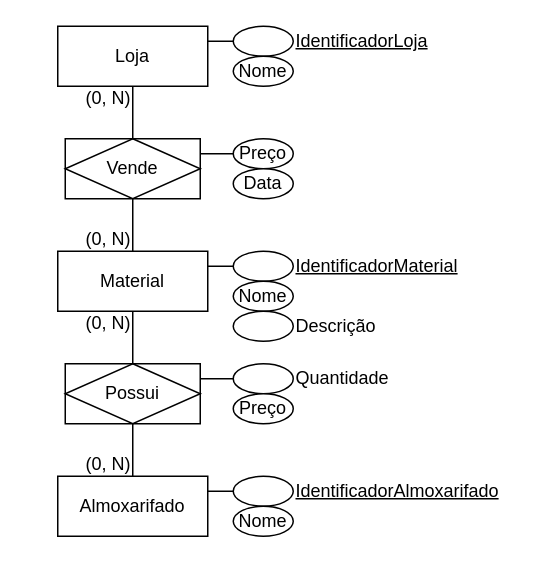
This is page "Diagrama entidade-relacionamento" (2 of 3) of docs/assets/diagramas/Arquitetura do banco.drawio from MatheusHenrickSantos/SIGMA-UnB, a draw.io file, before an edit. Source tidied: cells renumbered, new cells numbered last; positions are measured from the earlier drawing's top-left corner, leaving out a move shared by most shapes. Both pictures are drawn from the tidied source at 150%, with x=0, y=0 at pixel (57, 26).
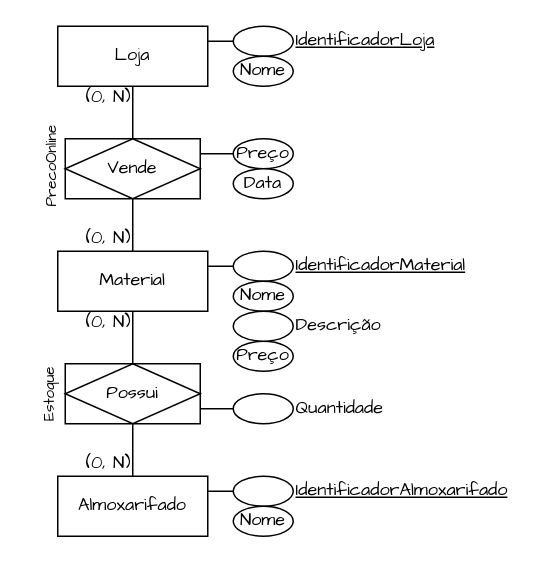
Above is the later version.

Diff of the diagram source:
```diff
@@
-    <mxCell id="2" value="Material" style="whiteSpace=wrap;html=1;align=center;" parent="1" vertex="1">
+    <mxCell id="2" value="Material" style="whiteSpace=wrap;html=1;align=center;fontFamily=Architects Daughter;" parent="1" vertex="1">
       <mxGeometry y="150" width="100" height="40" as="geometry" />
     </mxCell>
-    <mxCell id="3" style="rounded=0;jettySize=auto;html=1;entryX=1;entryY=0.25;entryDx=0;entryDy=0;endArrow=none;endFill=0;exitX=0;exitY=0.5;exitDx=0;exitDy=0;" parent="1" edge="1" source="4" target="2">
+    <mxCell id="3" style="rounded=0;jettySize=auto;html=1;entryX=1;entryY=0.25;entryDx=0;entryDy=0;endArrow=none;endFill=0;exitX=0;exitY=0.5;exitDx=0;exitDy=0;fontFamily=Architects Daughter;" parent="1" edge="1" source="4" target="2">
       <mxGeometry relative="1" as="geometry" />
     </mxCell>
-    <mxCell id="4" value="&lt;span style=&quot;text-align: left; text-decoration: underline;&quot;&gt;IdentificadorMaterial&lt;/span&gt;" style="ellipse;whiteSpace=wrap;html=1;align=left;labelPosition=right;verticalLabelPosition=middle;verticalAlign=middle;" parent="1" vertex="1">
+    <mxCell id="4" value="&lt;span style=&quot;text-align: left; text-decoration: underline;&quot;&gt;IdentificadorMaterial&lt;/span&gt;" style="ellipse;whiteSpace=wrap;html=1;align=left;labelPosition=right;verticalLabelPosition=middle;verticalAlign=middle;fontFamily=Architects Daughter;" parent="1" vertex="1">
       <mxGeometry x="117" y="150" width="40" height="20" as="geometry" />
     </mxCell>
-    <mxCell id="5" value="Almoxarifado" style="whiteSpace=wrap;html=1;align=center;" parent="1" vertex="1">
+    <mxCell id="5" value="Almoxarifado" style="whiteSpace=wrap;html=1;align=center;fontFamily=Architects Daughter;" parent="1" vertex="1">
       <mxGeometry y="300" width="100" height="40" as="geometry" />
     </mxCell>
-    <mxCell id="6" style="rounded=0;jettySize=auto;html=1;entryX=1;entryY=0.25;entryDx=0;entryDy=0;endArrow=none;endFill=0;exitX=0;exitY=0.5;exitDx=0;exitDy=0;" parent="1" edge="1" source="7" target="5">
+    <mxCell id="6" style="rounded=0;jettySize=auto;html=1;entryX=1;entryY=0.25;entryDx=0;entryDy=0;endArrow=none;endFill=0;exitX=0;exitY=0.5;exitDx=0;exitDy=0;fontFamily=Architects Daughter;" parent="1" edge="1" source="7" target="5">
       <mxGeometry relative="1" as="geometry" />
     </mxCell>
-    <mxCell id="7" value="&lt;span style=&quot;text-align: left; text-decoration: underline;&quot;&gt;IdentificadorAlmoxarifado&lt;/span&gt;" style="ellipse;whiteSpace=wrap;html=1;align=left;labelPosition=right;verticalLabelPosition=middle;verticalAlign=middle;" parent="1" vertex="1">
+    <mxCell id="7" value="&lt;span style=&quot;text-align: left; text-decoration: underline;&quot;&gt;IdentificadorAlmoxarifado&lt;/span&gt;" style="ellipse;whiteSpace=wrap;html=1;align=left;labelPosition=right;verticalLabelPosition=middle;verticalAlign=middle;fontFamily=Architects Daughter;" parent="1" vertex="1">
       <mxGeometry x="117" y="300" width="40" height="20" as="geometry" />
     </mxCell>
-    <mxCell id="8" style="rounded=0;jettySize=auto;html=1;entryX=1;entryY=0.25;entryDx=0;entryDy=0;endArrow=none;endFill=0;exitX=0;exitY=0.5;exitDx=0;exitDy=0;" parent="1" edge="1" source="9" target="17">
+    <mxCell id="8" style="rounded=0;jettySize=auto;html=1;entryX=1;entryY=0.75;entryDx=0;entryDy=0;endArrow=none;endFill=0;exitX=0;exitY=0.5;exitDx=0;exitDy=0;fontFamily=Architects Daughter;" parent="1" edge="1" source="9" target="17">
       <mxGeometry relative="1" as="geometry" />
     </mxCell>
-    <mxCell id="9" value="Quantidade" style="ellipse;whiteSpace=wrap;html=1;align=left;labelPosition=right;verticalLabelPosition=middle;verticalAlign=middle;" parent="1" vertex="1">
-      <mxGeometry x="117" y="225" width="40" height="20" as="geometry" />
+    <mxCell id="9" value="Quantidade" style="ellipse;whiteSpace=wrap;html=1;align=left;labelPosition=right;verticalLabelPosition=middle;verticalAlign=middle;fontFamily=Architects Daughter;" parent="1" vertex="1">
+      <mxGeometry x="117" y="245" width="40" height="20" as="geometry" />
     </mxCell>
-    <mxCell id="10" value="Preço" style="ellipse;whiteSpace=wrap;html=1;align=center;labelPosition=center;verticalLabelPosition=middle;verticalAlign=middle;" parent="1" vertex="1">
-      <mxGeometry x="117" y="245" width="40" height="20" as="geometry" />
+    <mxCell id="10" value="Preço" style="ellipse;whiteSpace=wrap;html=1;align=center;labelPosition=center;verticalLabelPosition=middle;verticalAlign=middle;fontFamily=Architects Daughter;" parent="1" vertex="1">
+      <mxGeometry x="117" y="210" width="40" height="20" as="geometry" />
     </mxCell>
-    <mxCell id="11" value="Vende" style="shape=associativeEntity;whiteSpace=wrap;html=1;align=center;" parent="1" vertex="1">
+    <mxCell id="11" value="Vende" style="shape=associativeEntity;whiteSpace=wrap;html=1;align=center;fontFamily=Architects Daughter;" parent="1" vertex="1">
       <mxGeometry x="5" y="75" width="90" height="40" as="geometry" />
     </mxCell>
-    <mxCell id="12" value="Loja" style="whiteSpace=wrap;html=1;align=center;" parent="1" vertex="1">
+    <mxCell id="12" value="Loja" style="whiteSpace=wrap;html=1;align=center;fontFamily=Architects Daughter;" parent="1" vertex="1">
       <mxGeometry width="100" height="40" as="geometry" />
     </mxCell>
-    <mxCell id="13" value="IdentificadorLoja" style="ellipse;whiteSpace=wrap;html=1;align=left;fontStyle=4;labelPosition=right;verticalLabelPosition=middle;verticalAlign=middle;" parent="1" vertex="1">
+    <mxCell id="13" value="IdentificadorLoja" style="ellipse;whiteSpace=wrap;html=1;align=left;fontStyle=4;labelPosition=right;verticalLabelPosition=middle;verticalAlign=middle;fontFamily=Architects Daughter;" parent="1" vertex="1">
       <mxGeometry x="117" width="40" height="20" as="geometry" />
     </mxCell>
-    <mxCell id="14" value="Preço" style="ellipse;whiteSpace=wrap;html=1;align=center;" parent="1" vertex="1">
+    <mxCell id="14" value="Preço" style="ellipse;whiteSpace=wrap;html=1;align=center;fontFamily=Architects Daughter;" parent="1" vertex="1">
       <mxGeometry x="117" y="75" width="40" height="20" as="geometry" />
     </mxCell>
-    <mxCell id="15" style="rounded=0;jettySize=auto;html=1;entryX=1;entryY=0.25;entryDx=0;entryDy=0;endArrow=none;endFill=0;exitX=0;exitY=0.5;exitDx=0;exitDy=0;" parent="1" edge="1" source="14" target="11">
+    <mxCell id="15" style="rounded=0;jettySize=auto;html=1;entryX=1;entryY=0.25;entryDx=0;entryDy=0;endArrow=none;endFill=0;exitX=0;exitY=0.5;exitDx=0;exitDy=0;fontFamily=Architects Daughter;" parent="1" edge="1" source="14" target="11">
       <mxGeometry relative="1" as="geometry" />
     </mxCell>
-    <mxCell id="16" style="rounded=0;jettySize=auto;html=1;entryX=0;entryY=0.5;entryDx=0;entryDy=0;endArrow=none;endFill=0;exitX=1;exitY=0.25;exitDx=0;exitDy=0;" parent="1" edge="1" source="12" target="13">
+    <mxCell id="16" style="rounded=0;jettySize=auto;html=1;entryX=0;entryY=0.5;entryDx=0;entryDy=0;endArrow=none;endFill=0;exitX=1;exitY=0.25;exitDx=0;exitDy=0;fontFamily=Architects Daughter;" parent="1" edge="1" source="12" target="13">
       <mxGeometry relative="1" as="geometry" />
     </mxCell>
-    <mxCell id="17" value="Possui" style="shape=associativeEntity;whiteSpace=wrap;html=1;align=center;" parent="1" vertex="1">
+    <mxCell id="17" value="Possui" style="shape=associativeEntity;whiteSpace=wrap;html=1;align=center;fontFamily=Architects Daughter;" parent="1" vertex="1">
       <mxGeometry x="5" y="225" width="90" height="40" as="geometry" />
     </mxCell>
-    <mxCell id="18" value="Nome" style="ellipse;whiteSpace=wrap;html=1;align=center;" parent="1" vertex="1">
+    <mxCell id="18" value="Nome" style="ellipse;whiteSpace=wrap;html=1;align=center;fontFamily=Architects Daughter;" parent="1" vertex="1">
       <mxGeometry x="117" y="20" width="40" height="20" as="geometry" />
     </mxCell>
-    <mxCell id="19" value="Nome" style="ellipse;whiteSpace=wrap;html=1;align=center;" parent="1" vertex="1">
+    <mxCell id="19" value="Nome" style="ellipse;whiteSpace=wrap;html=1;align=center;fontFamily=Architects Daughter;" parent="1" vertex="1">
       <mxGeometry x="117" y="170" width="40" height="20" as="geometry" />
     </mxCell>
-    <mxCell id="20" value="Nome" style="ellipse;whiteSpace=wrap;html=1;align=center;" parent="1" vertex="1">
+    <mxCell id="20" value="Nome" style="ellipse;whiteSpace=wrap;html=1;align=center;fontFamily=Architects Daughter;" parent="1" vertex="1">
       <mxGeometry x="117" y="320" width="40" height="20" as="geometry" />
     </mxCell>
-    <mxCell id="21" style="endArrow=none;html=1;rounded=0;entryX=0.5;entryY=1;entryDx=0;entryDy=0;exitX=0.5;exitY=0;exitDx=0;exitDy=0;verticalAlign=bottom;" parent="1" edge="1" source="11" target="12">
+    <mxCell id="21" style="endArrow=none;html=1;rounded=0;entryX=0.5;entryY=1;entryDx=0;entryDy=0;exitX=0.5;exitY=0;exitDx=0;exitDy=0;verticalAlign=bottom;fontFamily=Architects Daughter;" parent="1" edge="1" source="11" target="12">
       <mxGeometry relative="1" as="geometry" />
     </mxCell>
-    <mxCell id="22" value="(0,&amp;nbsp;&lt;span style=&quot;background-color: transparent; color: light-dark(rgb(0, 0, 0), rgb(255, 255, 255));&quot;&gt;N)&lt;/span&gt;" style="html=1;whiteSpace=wrap;align=right;verticalAlign=top;spacing=2;spacingTop=-6;" parent="21" vertex="1">
+    <mxCell id="22" value="(0,&amp;nbsp;&lt;span style=&quot;background-color: transparent; color: light-dark(rgb(0, 0, 0), rgb(255, 255, 255));&quot;&gt;N)&lt;/span&gt;" style="html=1;whiteSpace=wrap;align=right;verticalAlign=top;spacing=2;spacingTop=-6;fontFamily=Architects Daughter;" parent="21" vertex="1">
       <mxGeometry x="1" relative="1" as="geometry" />
     </mxCell>
-    <mxCell id="23" style="endArrow=none;html=1;rounded=0;entryX=0.5;entryY=0;entryDx=0;entryDy=0;exitX=0.5;exitY=1;exitDx=0;exitDy=0;verticalAlign=bottom;" parent="1" edge="1" source="11" target="2">
+    <mxCell id="23" style="endArrow=none;html=1;rounded=0;entryX=0.5;entryY=0;entryDx=0;entryDy=0;exitX=0.5;exitY=1;exitDx=0;exitDy=0;verticalAlign=bottom;fontFamily=Architects Daughter;" parent="1" edge="1" source="11" target="2">
       <mxGeometry relative="1" as="geometry" />
     </mxCell>
-    <mxCell id="24" value="(0,&amp;nbsp;&lt;span style=&quot;background-color: transparent; color: light-dark(rgb(0, 0, 0), rgb(255, 255, 255));&quot;&gt;N)&lt;/span&gt;" style="html=1;whiteSpace=wrap;align=right;verticalAlign=bottom;spacing=2;spacingTop=0;" parent="23" vertex="1">
+    <mxCell id="24" value="(0,&amp;nbsp;&lt;span style=&quot;background-color: transparent; color: light-dark(rgb(0, 0, 0), rgb(255, 255, 255));&quot;&gt;N)&lt;/span&gt;" style="html=1;whiteSpace=wrap;align=right;verticalAlign=bottom;spacing=2;spacingTop=0;fontFamily=Architects Daughter;" parent="23" vertex="1">
       <mxGeometry x="1" relative="1" as="geometry" />
     </mxCell>
-    <mxCell id="25" style="endArrow=none;html=1;rounded=0;entryX=0.5;entryY=0;entryDx=0;entryDy=0;exitX=0.5;exitY=1;exitDx=0;exitDy=0;verticalAlign=bottom;" parent="1" edge="1" source="17" target="5">
+    <mxCell id="25" style="endArrow=none;html=1;rounded=0;entryX=0.5;entryY=0;entryDx=0;entryDy=0;exitX=0.5;exitY=1;exitDx=0;exitDy=0;verticalAlign=bottom;fontFamily=Architects Daughter;" parent="1" edge="1" source="17" target="5">
       <mxGeometry relative="1" as="geometry" />
     </mxCell>
-    <mxCell id="26" value="(0,&amp;nbsp;&lt;span style=&quot;background-color: transparent; color: light-dark(rgb(0, 0, 0), rgb(255, 255, 255));&quot;&gt;N)&lt;/span&gt;" style="html=1;whiteSpace=wrap;align=right;verticalAlign=bottom;spacing=2;spacingTop=0;" parent="25" vertex="1">
+    <mxCell id="26" value="(0,&amp;nbsp;&lt;span style=&quot;background-color: transparent; color: light-dark(rgb(0, 0, 0), rgb(255, 255, 255));&quot;&gt;N)&lt;/span&gt;" style="html=1;whiteSpace=wrap;align=right;verticalAlign=bottom;spacing=2;spacingTop=0;fontFamily=Architects Daughter;" parent="25" vertex="1">
       <mxGeometry x="1" relative="1" as="geometry" />
     </mxCell>
-    <mxCell id="27" style="endArrow=none;html=1;rounded=0;entryX=0.5;entryY=1;entryDx=0;entryDy=0;exitX=0.5;exitY=0;exitDx=0;exitDy=0;verticalAlign=bottom;" parent="1" edge="1" source="17" target="2">
+    <mxCell id="27" style="endArrow=none;html=1;rounded=0;entryX=0.5;entryY=1;entryDx=0;entryDy=0;exitX=0.5;exitY=0;exitDx=0;exitDy=0;verticalAlign=bottom;fontFamily=Architects Daughter;" parent="1" edge="1" source="17" target="2">
       <mxGeometry relative="1" as="geometry" />
     </mxCell>
-    <mxCell id="28" value="(0,&amp;nbsp;&lt;span style=&quot;background-color: transparent; color: light-dark(rgb(0, 0, 0), rgb(255, 255, 255));&quot;&gt;N)&lt;/span&gt;" style="html=1;whiteSpace=wrap;align=right;verticalAlign=top;spacing=2;spacingTop=-6;" parent="27" vertex="1">
+    <mxCell id="28" value="(0,&amp;nbsp;&lt;span style=&quot;background-color: transparent; color: light-dark(rgb(0, 0, 0), rgb(255, 255, 255));&quot;&gt;N)&lt;/span&gt;" style="html=1;whiteSpace=wrap;align=right;verticalAlign=top;spacing=2;spacingTop=-6;fontFamily=Architects Daughter;" parent="27" vertex="1">
       <mxGeometry x="1" relative="1" as="geometry" />
     </mxCell>
-    <mxCell id="29" value="Data" style="ellipse;whiteSpace=wrap;html=1;align=center;" parent="1" vertex="1">
+    <mxCell id="29" value="Data" style="ellipse;whiteSpace=wrap;html=1;align=center;fontFamily=Architects Daughter;" parent="1" vertex="1">
       <mxGeometry x="117" y="95" width="40" height="20" as="geometry" />
     </mxCell>
-    <mxCell id="30" value="Descrição" style="ellipse;whiteSpace=wrap;html=1;align=left;labelPosition=right;verticalLabelPosition=middle;verticalAlign=middle;" parent="1" vertex="1">
+    <mxCell id="30" value="Descrição" style="ellipse;whiteSpace=wrap;html=1;align=left;labelPosition=right;verticalLabelPosition=middle;verticalAlign=middle;fontFamily=Architects Daughter;" parent="1" vertex="1">
       <mxGeometry x="117" y="190" width="40" height="20" as="geometry" />
     </mxCell>
+    <mxCell id="31" value="Estoque" style="text;html=1;align=center;verticalAlign=middle;strokeColor=none;fillColor=none;fontSize=10;fontFamily=Architects Daughter;rotation=270;" parent="1" vertex="1">
+      <mxGeometry x="-36" y="231" width="60" height="30" as="geometry" />
+    </mxCell>
+    <mxCell id="32" value="PrecoOnline" style="text;html=1;align=center;verticalAlign=middle;strokeColor=none;fillColor=none;fontSize=10;fontFamily=Architects Daughter;rotation=270;" parent="1" vertex="1">
+      <mxGeometry x="-45" y="79" width="80" height="30" as="geometry" />
+    </mxCell>
```
